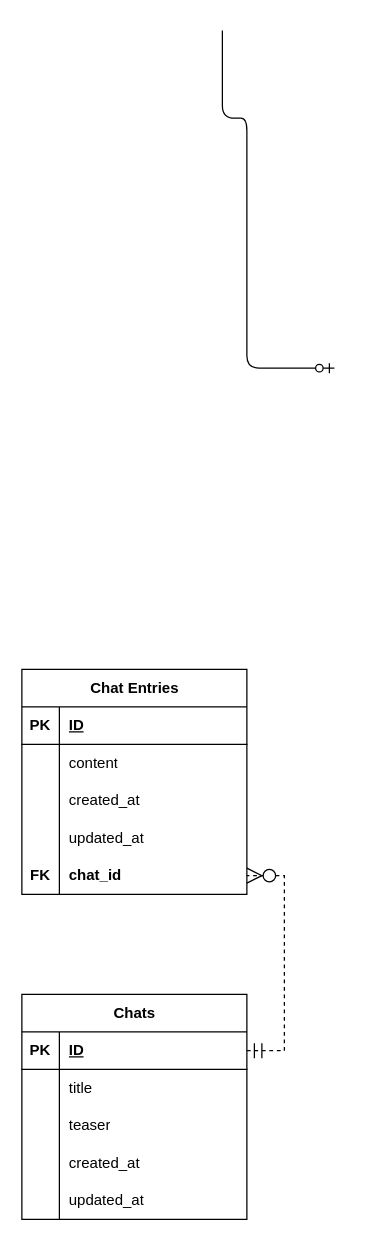
This is docs/database.drawio from sergeyklay/promptly, a draw.io file, before an edit. Source tidied: cells renumbered, new cells numbered last; positions are measured from the earlier drawing's top-left corner, leaving out a move shared by most shapes. Both pictures are drawn from the tidied source at 125%, with x=0, y=0 at pixel (21, 30).
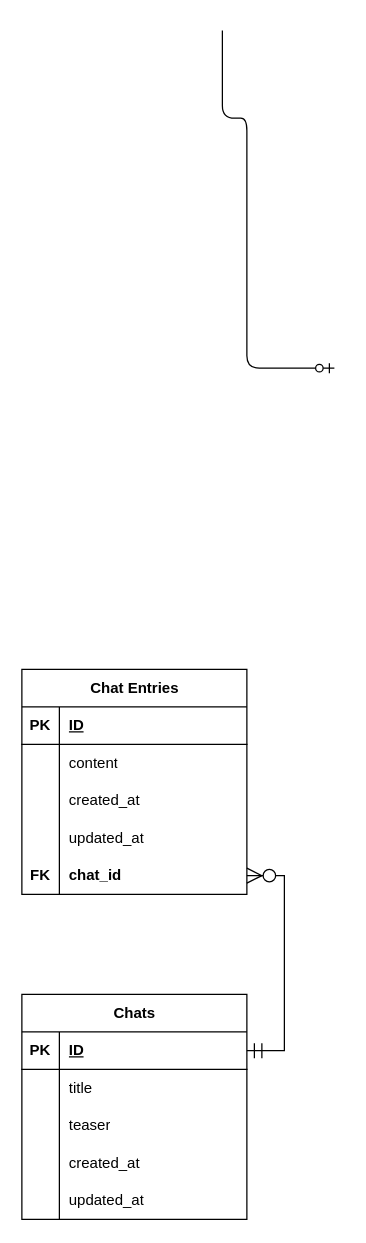
The same page after the edit.

Unchanged cells that the change refers to:
```xml
<mxCell id="4" style="shape=tableRow;horizontal=0;startSize=0;swimlaneHead=0;swimlaneBody=0;fillColor=none;points=[[0,0.5],[1,0.5]];portConstraint=eastwest;top=0;left=0;right=0;bottom=1;" parent="3" vertex="1">
  <mxGeometry y="30" width="180" height="30" as="geometry" />
</mxCell>
<mxCell id="32" style="shape=tableRow;horizontal=0;startSize=0;swimlaneHead=0;swimlaneBody=0;fillColor=none;points=[[0,0.5],[1,0.5]];portConstraint=eastwest;top=0;left=0;right=0;bottom=0;" parent="19" vertex="1">
  <mxGeometry y="150" width="180" height="30" as="geometry" />
</mxCell>
```

Change to the diagram source:
```diff
@@
-    <mxCell id="35" style="edgeStyle=entityRelationEdgeStyle;fontSize=12;html=1;endArrow=ERzeroToMany;startArrow=ERmandOne;rounded=0;endSize=10;startSize=10;exitX=1;exitY=0.5;exitDx=0;exitDy=0;dashed=1;" parent="1" edge="1" source="4" target="32">
-      <mxGeometry relative="1" as="geometry" />
+    <mxCell id="35" style="edgeStyle=entityRelationEdgeStyle;fontSize=12;html=1;endArrow=ERzeroToMany;startArrow=ERmandOne;rounded=0;endSize=10;startSize=10;exitX=1;exitY=0.5;exitDx=0;exitDy=0;strokeWidth=1;" parent="1" edge="1" source="4" target="32">
+      <mxGeometry relative="1" as="geometry">
+        <Array as="points">
+          <mxPoint x="240" y="741" />
+        </Array>
+      </mxGeometry>
     </mxCell>
```
